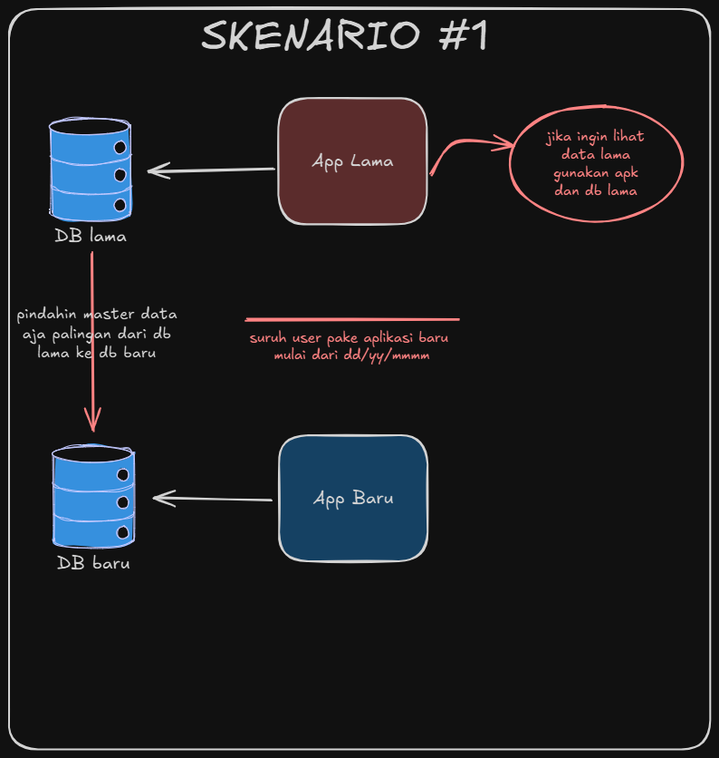
This is data-migration/data-migration.excalidraw.png from RIOKOWI/software-architecture, a Excalidraw export, as it was before one commit. Source tidied: one line per element, renumbered; positions are measured from the earlier drawing's top-left corner, leaving out a move shared by most shapes. Source of this version:
```json
{"id": 0, "type": "rectangle", "strokeColor": "#1e1e1e", "backgroundColor": "#ffc9c9", "fillStyle": "solid", "strokeWidth": 2, "roughness": 1, "round": true, "x": 297, "y": 98, "width": 164, "height": 139}
{"id": 1, "type": "text", "text": "App Lama", "strokeColor": "#1e1e1e", "strokeWidth": 2, "roughness": 1, "fontSize": 20, "fontFamily": 5, "textAlign": "center", "verticalAlign": "middle", "inside": 0, "x": 334, "y": 155, "width": 90, "height": 25}
{"id": 2, "type": "rectangle", "strokeColor": "#1e1e1e", "backgroundColor": "#a5d8ff", "fillStyle": "solid", "strokeWidth": 2, "roughness": 1, "round": true, "x": 298, "y": 470, "width": 164, "height": 139}
{"id": 3, "type": "text", "text": "App Baru", "strokeColor": "#1e1e1e", "strokeWidth": 2, "roughness": 1, "fontSize": 20, "fontFamily": 5, "textAlign": "center", "verticalAlign": "middle", "inside": 2, "x": 336, "y": 527, "width": 89, "height": 25}
{"id": 4, "type": "line", "strokeColor": "#e03131", "strokeWidth": 2, "roughness": 1, "round": true, "x": 263, "y": 342, "width": 233, "height": 1, "points": [[0, 0], [233, 1]]}
{"id": 5, "type": "text", "text": "suruh user pake aplikasi baru \nmulai dari dd/yy/mmmm", "strokeColor": "#e03131", "strokeWidth": 2, "roughness": 1, "fontSize": 15.69, "fontFamily": 5, "textAlign": "center", "x": 265, "y": 353, "width": 226, "height": 39}
{"id": 6, "type": "line", "strokeColor": "#0a11d3", "backgroundColor": "#228be6", "fillStyle": "solid", "strokeWidth": 1, "roughness": 1, "round": true, "x": 46, "y": 129, "width": 88, "height": 114, "points": [[0, 0], [0, 86], [0, 96], [5, 100], [20, 104], [47, 105], [72, 103], [86, 99], [88, 95], [88, 87], [88, 7], [87, 0], [82, -5], [70, -7], [43, -9], [21, -8], [4, -4], [0, 0], [0, 0]]}
{"id": 7, "type": "line", "strokeColor": "#0a11d3", "strokeWidth": 1, "roughness": 1, "round": true, "x": 47, "y": 194, "width": 88, "height": 10, "points": [[0, 0], [2, 4], [12, 7], [26, 9], [47, 9], [71, 8], [85, 3], [88, 0]]}
{"id": 8, "type": "line", "strokeColor": "#0a11d3", "strokeWidth": 1, "roughness": 1, "round": true, "x": 46, "y": 161, "width": 88, "height": 10, "points": [[0, 0], [2, 4], [12, 7], [26, 9], [47, 9], [71, 8], [85, 3], [88, 0]]}
{"id": 9, "type": "ellipse", "strokeColor": "#0a11d3", "backgroundColor": "#fff", "fillStyle": "solid", "strokeWidth": 1, "roughness": 1, "x": 45, "y": 121, "width": 88, "height": 18}
{"id": 10, "type": "ellipse", "strokeColor": "#0a11d3", "backgroundColor": "#fff", "fillStyle": "solid", "strokeWidth": 1, "roughness": 1, "x": 116, "y": 146, "width": 13, "height": 14}
{"id": 11, "type": "ellipse", "strokeColor": "#0a11d3", "backgroundColor": "#fff", "fillStyle": "solid", "strokeWidth": 1, "roughness": 1, "x": 116, "y": 176, "width": 13, "height": 14}
{"id": 12, "type": "ellipse", "strokeColor": "#0a11d3", "backgroundColor": "#fff", "fillStyle": "solid", "strokeWidth": 1, "roughness": 1, "x": 116, "y": 209, "width": 13, "height": 14}
{"id": 13, "type": "text", "text": "DB lama", "strokeColor": "#1e1e1e", "strokeWidth": 2, "roughness": 1, "fontSize": 20, "fontFamily": 5, "textAlign": "center", "x": 50, "y": 238, "width": 80, "height": 25}
{"id": 14, "type": "line", "strokeColor": "#0a11d3", "backgroundColor": "#228be6", "fillStyle": "solid", "strokeWidth": 1, "roughness": 1, "round": true, "x": 49, "y": 490, "width": 88, "height": 114, "points": [[0, 0], [0, 86], [0, 96], [5, 100], [20, 104], [47, 105], [72, 103], [86, 99], [88, 95], [88, 87], [88, 7], [87, 0], [82, -5], [70, -7], [43, -9], [21, -8], [4, -4], [0, 0], [0, 0]]}
{"id": 15, "type": "line", "strokeColor": "#0a11d3", "strokeWidth": 1, "roughness": 1, "round": true, "x": 50, "y": 555, "width": 88, "height": 10, "points": [[0, 0], [2, 4], [12, 7], [26, 9], [47, 9], [71, 8], [85, 3], [88, 0]]}
{"id": 16, "type": "line", "strokeColor": "#0a11d3", "strokeWidth": 1, "roughness": 1, "round": true, "x": 49, "y": 522, "width": 88, "height": 10, "points": [[0, 0], [2, 4], [12, 7], [26, 9], [47, 9], [71, 8], [85, 3], [88, 0]]}
{"id": 17, "type": "ellipse", "strokeColor": "#0a11d3", "backgroundColor": "#fff", "fillStyle": "solid", "strokeWidth": 1, "roughness": 1, "x": 48, "y": 482, "width": 88, "height": 18}
{"id": 18, "type": "ellipse", "strokeColor": "#0a11d3", "backgroundColor": "#fff", "fillStyle": "solid", "strokeWidth": 1, "roughness": 1, "x": 119, "y": 507, "width": 13, "height": 14}
{"id": 19, "type": "ellipse", "strokeColor": "#0a11d3", "backgroundColor": "#fff", "fillStyle": "solid", "strokeWidth": 1, "roughness": 1, "x": 119, "y": 537, "width": 13, "height": 14}
{"id": 20, "type": "ellipse", "strokeColor": "#0a11d3", "backgroundColor": "#fff", "fillStyle": "solid", "strokeWidth": 1, "roughness": 1, "x": 119, "y": 570, "width": 13, "height": 14}
{"id": 21, "type": "text", "text": "DB baru", "strokeColor": "#1e1e1e", "strokeWidth": 2, "roughness": 1, "fontSize": 20, "fontFamily": 5, "textAlign": "center", "x": 53, "y": 599, "width": 81, "height": 25}
{"id": 22, "type": "arrow", "strokeColor": "#1e1e1e", "strokeWidth": 2, "roughness": 1, "endArrowhead": "arrow", "round": true, "from": 2, "x": 289, "y": 541, "width": 127, "height": 2, "points": [[0, 0], [-127, -2]]}
{"id": 23, "type": "arrow", "strokeColor": "#1e1e1e", "strokeWidth": 2, "roughness": 1, "endArrowhead": "arrow", "round": true, "from": 0, "x": 293, "y": 176, "width": 139, "height": 3, "points": [[0, 0], [-139, 3]]}
{"id": 24, "type": "rectangle", "strokeColor": "#1e1e1e", "strokeWidth": 2, "roughness": 1, "round": true, "x": 0, "y": 0, "width": 774, "height": 817}
{"id": 25, "type": "text", "text": "SKENARIO #1", "strokeColor": "#1e1e1e", "backgroundColor": "#a5d8ff", "fillStyle": "solid", "strokeWidth": 2, "roughness": 1, "fontSize": 46.54, "fontFamily": 5, "textAlign": "center", "x": 212, "y": 3, "width": 318, "height": 58}
{"id": 26, "type": "ellipse", "strokeColor": "#e03131", "strokeWidth": 2, "roughness": 1, "round": true, "x": 552, "y": 107, "width": 191, "height": 127}
{"id": 27, "type": "text", "text": "jika ingin lihat\ndata lama\ngunakan apk\ndan db lama", "strokeColor": "#e03131", "strokeWidth": 2, "roughness": 1, "fontSize": 16, "fontFamily": 5, "textAlign": "center", "verticalAlign": "middle", "inside": 26, "x": 594, "y": 130, "width": 108, "height": 80}
{"id": 28, "type": "arrow", "strokeColor": "#e03131", "strokeWidth": 2, "roughness": 1, "endArrowhead": "arrow", "round": true, "from": 0, "to": 26, "x": 466, "y": 183, "width": 90, "height": 36, "points": [[0, 0], [28, -36], [90, -33]]}
{"id": 29, "type": "arrow", "strokeColor": "#e03131", "strokeWidth": 2, "roughness": 1, "endArrowhead": "arrow", "round": true, "from": 13, "x": 91, "y": 269, "width": 2, "height": 196, "points": [[0, 0], [2, 196]]}
{"id": 30, "type": "text", "text": "pindahin master data\naja palingan dari db\nlama ke db baru", "strokeColor": "#1e1e1e", "strokeWidth": 2, "roughness": 1, "fontSize": 17.36, "fontFamily": 5, "textAlign": "center", "x": 5, "y": 326, "width": 184, "height": 65}
```
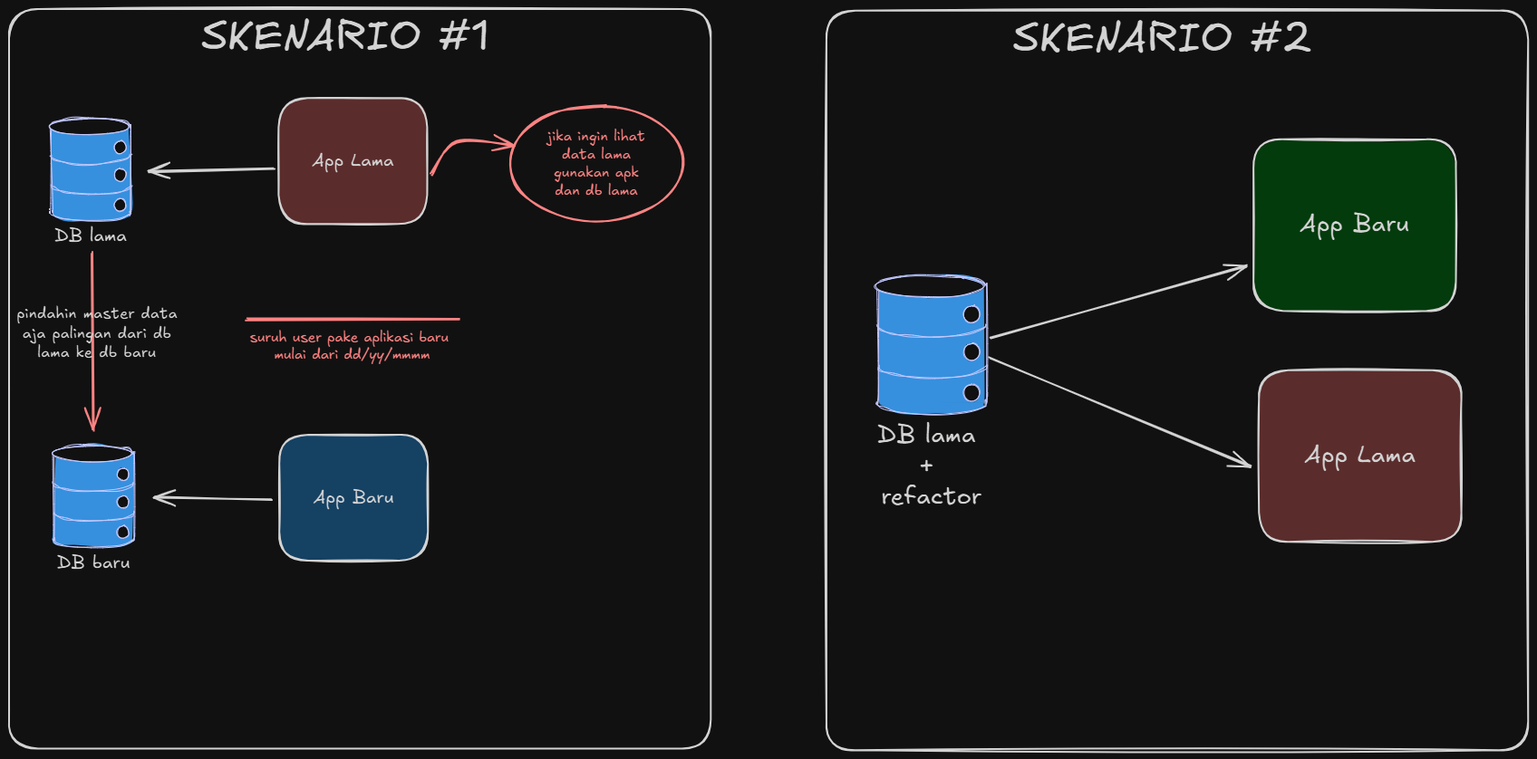
Later version of the same file.

Commit message:
docs(migration data): how to migration data scenario #2(sharing db)

Change to the diagram source:
```diff
@@ -29,3 +29,19 @@
 {"id": 28, "type": "arrow", "strokeColor": "#e03131", "strokeWidth": 2, "roughness": 1, "endArrowhead": "arrow", "round": true, "from": 0, "to": 26, "x": 466, "y": 183, "width": 90, "height": 36, "points": [[0, 0], [28, -36], [90, -33]]}
 {"id": 29, "type": "arrow", "strokeColor": "#e03131", "strokeWidth": 2, "roughness": 1, "endArrowhead": "arrow", "round": true, "from": 13, "x": 91, "y": 269, "width": 2, "height": 196, "points": [[0, 0], [2, 196]]}
 {"id": 30, "type": "text", "text": "pindahin master data\naja palingan dari db\nlama ke db baru", "strokeColor": "#1e1e1e", "strokeWidth": 2, "roughness": 1, "fontSize": 17.36, "fontFamily": 5, "textAlign": "center", "x": 5, "y": 326, "width": 184, "height": 65}
+{"id": 31, "type": "rectangle", "strokeColor": "#1e1e1e", "backgroundColor": "#b2f2bb", "fillStyle": "solid", "strokeWidth": 2, "roughness": 1, "round": true, "x": 1373, "y": 144, "width": 223, "height": 189}
+{"id": 32, "type": "text", "text": "App Baru", "strokeColor": "#1e1e1e", "strokeWidth": 2, "roughness": 1, "fontSize": 27.24, "fontFamily": 5, "textAlign": "center", "verticalAlign": "middle", "inside": 31, "x": 1424, "y": 221, "width": 121, "height": 34}
+{"id": 33, "type": "line", "strokeColor": "#0a11d3", "backgroundColor": "#228be6", "fillStyle": "solid", "strokeWidth": 1, "roughness": 1, "round": true, "x": 958, "y": 305, "width": 120, "height": 155, "points": [[0, 0], [0, 117], [0, 131], [6, 136], [28, 141], [64, 143], [99, 140], [117, 134], [120, 130], [120, 119], [120, 10], [119, 0], [111, -6], [95, -10], [58, -12], [28, -11], [5, -5], [0, 0], [0, 0]]}
+{"id": 34, "type": "line", "strokeColor": "#0a11d3", "strokeWidth": 1, "roughness": 1, "round": true, "x": 959, "y": 394, "width": 120, "height": 13, "points": [[0, 0], [3, 5], [17, 10], [35, 12], [64, 13], [97, 11], [116, 5], [120, -1]]}
+{"id": 35, "type": "line", "strokeColor": "#0a11d3", "strokeWidth": 1, "roughness": 1, "round": true, "x": 958, "y": 349, "width": 120, "height": 13, "points": [[0, 0], [3, 5], [17, 10], [35, 12], [64, 13], [97, 11], [116, 5], [120, -1]]}
+{"id": 36, "type": "ellipse", "strokeColor": "#0a11d3", "backgroundColor": "#fff", "fillStyle": "solid", "strokeWidth": 1, "roughness": 1, "x": 956, "y": 294, "width": 119, "height": 24}
+{"id": 37, "type": "ellipse", "strokeColor": "#0a11d3", "backgroundColor": "#fff", "fillStyle": "solid", "strokeWidth": 1, "roughness": 1, "x": 1053, "y": 327, "width": 17, "height": 19}
+{"id": 38, "type": "ellipse", "strokeColor": "#0a11d3", "backgroundColor": "#fff", "fillStyle": "solid", "strokeWidth": 1, "roughness": 1, "x": 1053, "y": 369, "width": 17, "height": 19}
+{"id": 39, "type": "ellipse", "strokeColor": "#0a11d3", "backgroundColor": "#fff", "fillStyle": "solid", "strokeWidth": 1, "roughness": 1, "x": 1053, "y": 414, "width": 17, "height": 19}
+{"id": 40, "type": "text", "text": "DB lama \n+ \nrefactor", "strokeColor": "#1e1e1e", "strokeWidth": 2, "roughness": 1, "fontSize": 27.24, "fontFamily": 5, "textAlign": "center", "x": 958, "y": 454, "width": 119, "height": 102}
+{"id": 41, "type": "arrow", "strokeColor": "#1e1e1e", "strokeWidth": 2, "roughness": 1, "endArrowhead": "arrow", "round": true, "from": 38, "to": 31, "x": 1082, "y": 363, "width": 283, "height": 80, "points": [[0, 0], [283, -80]]}
+{"id": 42, "type": "rectangle", "strokeColor": "#1e1e1e", "strokeWidth": 2, "roughness": 1, "round": true, "x": 902, "y": 2, "width": 774, "height": 817}
+{"id": 43, "type": "text", "text": "SKENARIO #2", "strokeColor": "#1e1e1e", "backgroundColor": "#a5d8ff", "fillStyle": "solid", "strokeWidth": 2, "roughness": 1, "fontSize": 46.54, "fontFamily": 5, "textAlign": "center", "x": 1108, "y": 5, "width": 330, "height": 58}
+{"id": 44, "type": "rectangle", "strokeColor": "#1e1e1e", "backgroundColor": "#ffc9c9", "fillStyle": "solid", "strokeWidth": 2, "roughness": 1, "round": true, "x": 1379, "y": 399, "width": 223, "height": 189}
+{"id": 45, "type": "text", "text": "App Lama", "strokeColor": "#1e1e1e", "strokeWidth": 2, "roughness": 1, "fontSize": 27.24, "fontFamily": 5, "textAlign": "center", "verticalAlign": "middle", "inside": 44, "x": 1430, "y": 476, "width": 123, "height": 34}
+{"id": 46, "type": "arrow", "strokeColor": "#1e1e1e", "strokeWidth": 2, "roughness": 1, "endArrowhead": "arrow", "round": true, "from": 38, "to": 44, "x": 1083, "y": 386, "width": 287, "height": 118, "points": [[0, 0], [287, 118]]}
```
